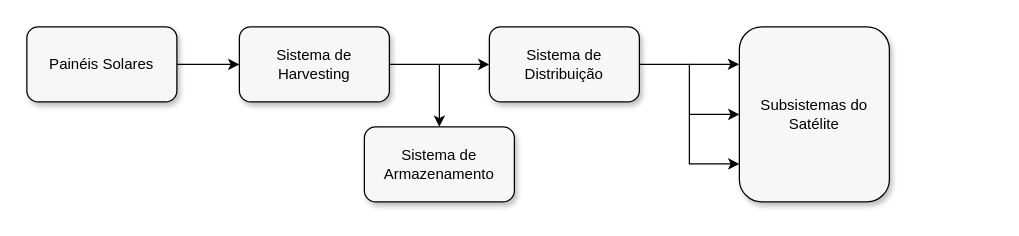
Above: images/basic-eps-block-diagram.drawio in ramonborba/TCC-Testes-EPS (draw.io), before the change. Source tidied: cells renumbered, new cells numbered last; positions are measured from the earlier drawing's top-left corner, leaving out a move shared by most shapes. Both pictures are drawn from the tidied source at 125%, with x=0, y=0 at pixel (26, 26).
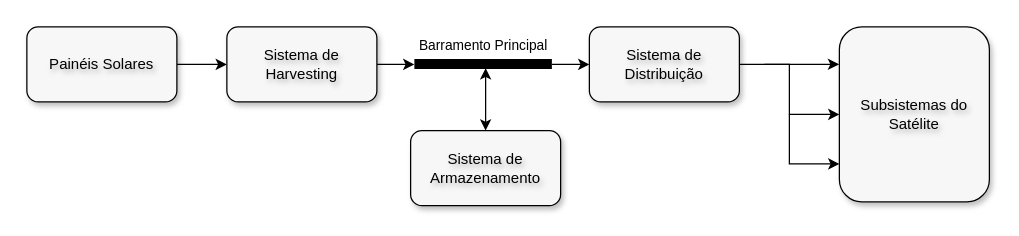
The same diagram, later.

Commit message (it also covers changes not shown here):
chapters: background: updated basic eps block diagram

The edit, as a diff of the source:
```diff
@@
-    <mxCell id="3" value="Painéis Solares" style="rounded=1;whiteSpace=wrap;html=1;shadow=1;gradientColor=none;glass=0;fillColor=#F7F7F7;" parent="1" vertex="1">
+    <mxCell id="3" value="Painéis Solares" style="rounded=1;whiteSpace=wrap;html=1;shadow=1;gradientColor=none;glass=0;fillColor=#F7F7F7;textShadow=1;" parent="1" vertex="1">
       <mxGeometry width="120" height="60" as="geometry" />
     </mxCell>
-    <mxCell id="4" style="edgeStyle=orthogonalEdgeStyle;rounded=0;jettySize=auto;html=1;" parent="1" edge="1" source="5" target="7">
-      <mxGeometry relative="1" as="geometry" />
-    </mxCell>
+    <mxCell id="13" style="edgeStyle=orthogonalEdgeStyle;rounded=0;jettySize=auto;html=1;exitX=1;exitY=0.5;exitDx=0;exitDy=0;" parent="1" edge="1" source="5">
+      <mxGeometry relative="1" as="geometry">
+        <mxPoint x="310" y="30" as="targetPoint" />
+      </mxGeometry>
+    </mxCell>
-    <mxCell id="5" value="Sistema de Harvesting" style="whiteSpace=wrap;html=1;rounded=1;shadow=1;gradientColor=none;glass=0;fillColor=#F7F7F7;" parent="1" vertex="1">
-      <mxGeometry x="170" width="120" height="60" as="geometry" />
+    <mxCell id="5" value="Sistema de Harvesting" style="whiteSpace=wrap;html=1;rounded=1;shadow=1;gradientColor=none;glass=0;fillColor=#F7F7F7;textShadow=1;" parent="1" vertex="1">
+      <mxGeometry x="160" width="120" height="60" as="geometry" />
     </mxCell>
-    <mxCell id="6" style="edgeStyle=orthogonalEdgeStyle;rounded=0;jettySize=auto;html=1;" parent="1" edge="1" source="7" target="12">
-      <mxGeometry relative="1" as="geometry" />
+    <mxCell id="6" style="edgeStyle=orthogonalEdgeStyle;rounded=0;jettySize=auto;html=1;" parent="1" edge="1" target="12">
+      <mxGeometry relative="1" as="geometry">
+        <mxPoint x="590" y="30" as="sourcePoint" />
+        <Array as="points">
+          <mxPoint x="610" y="30" />
+          <mxPoint x="610" y="70" />
+        </Array>
+      </mxGeometry>
     </mxCell>
+    <mxCell id="14" style="edgeStyle=orthogonalEdgeStyle;rounded=0;jettySize=auto;html=1;exitX=0;exitY=0.5;exitDx=0;exitDy=0;startArrow=classic;startFill=1;endArrow=none;endFill=0;" parent="1" edge="1" source="7">
+      <mxGeometry relative="1" as="geometry">
+        <mxPoint x="420" y="30" as="targetPoint" />
+      </mxGeometry>
+    </mxCell>
-    <mxCell id="7" value="Sistema de Distribuição" style="whiteSpace=wrap;html=1;rounded=1;shadow=1;gradientColor=none;glass=0;fillColor=#F7F7F7;" parent="1" vertex="1">
-      <mxGeometry x="370" width="120" height="60" as="geometry" />
+    <mxCell id="7" value="Sistema de Distribuição" style="whiteSpace=wrap;html=1;rounded=1;shadow=1;gradientColor=none;glass=0;fillColor=#F7F7F7;textShadow=1;" parent="1" vertex="1">
+      <mxGeometry x="450" width="120" height="60" as="geometry" />
     </mxCell>
-    <mxCell id="8" style="edgeStyle=orthogonalEdgeStyle;rounded=0;jettySize=auto;html=1;endArrow=none;endFill=0;startArrow=classic;startFill=1;" parent="1" edge="1" source="9">
+    <mxCell id="8" style="edgeStyle=orthogonalEdgeStyle;rounded=0;jettySize=auto;html=1;endArrow=classic;endFill=1;startArrow=classic;startFill=1;" parent="1" edge="1" source="9">
       <mxGeometry relative="1" as="geometry">
-        <mxPoint x="330" y="30" as="targetPoint" />
+        <mxPoint x="367" y="33" as="targetPoint" />
       </mxGeometry>
     </mxCell>
-    <mxCell id="9" value="Sistema de Armazenamento" style="rounded=1;whiteSpace=wrap;html=1;shadow=1;glass=0;gradientColor=none;fillColor=#F7F7F7;" parent="1" vertex="1">
-      <mxGeometry x="270" y="80" width="120" height="60" as="geometry" />
+    <mxCell id="9" value="Sistema de Armazenamento" style="rounded=1;whiteSpace=wrap;html=1;shadow=1;glass=0;gradientColor=none;fillColor=#F7F7F7;textShadow=1;" parent="1" vertex="1">
+      <mxGeometry x="307" y="83" width="120" height="60" as="geometry" />
     </mxCell>
     <mxCell id="10" style="edgeStyle=orthogonalEdgeStyle;rounded=0;jettySize=auto;html=1;exitX=-0.002;exitY=0.214;exitDx=0;exitDy=0;endArrow=none;endFill=0;startArrow=classic;startFill=1;exitPerimeter=0;" parent="1" edge="1" source="12">
       <mxGeometry relative="1" as="geometry">
-        <mxPoint x="530" y="30" as="targetPoint" />
+        <mxPoint x="570" y="30" as="targetPoint" />
       </mxGeometry>
     </mxCell>
     <mxCell id="11" style="edgeStyle=orthogonalEdgeStyle;rounded=0;orthogonalLoop=1;jettySize=auto;html=1;exitX=0;exitY=0.783;exitDx=0;exitDy=0;startArrow=classic;startFill=1;endArrow=none;endFill=0;exitPerimeter=0;" parent="1" edge="1">
       <mxGeometry relative="1" as="geometry">
-        <mxPoint x="570" y="109.6" as="sourcePoint" />
-        <mxPoint x="530" y="70" as="targetPoint" />
+        <mxPoint x="650" y="109.6" as="sourcePoint" />
+        <mxPoint x="610" y="70" as="targetPoint" />
         <Array as="points">
-          <mxPoint x="530" y="110" />
+          <mxPoint x="610" y="110" />
         </Array>
       </mxGeometry>
     </mxCell>
-    <mxCell id="12" value="Subsistemas do Satélite" style="whiteSpace=wrap;html=1;rounded=1;shadow=1;gradientColor=none;glass=0;fillColor=#F7F7F7;" parent="1" vertex="1">
-      <mxGeometry x="570" width="120" height="140" as="geometry" />
+    <mxCell id="12" value="Subsistemas do Satélite" style="whiteSpace=wrap;html=1;rounded=1;shadow=1;gradientColor=none;glass=0;fillColor=#F7F7F7;textShadow=1;" parent="1" vertex="1">
+      <mxGeometry x="650" width="120" height="140" as="geometry" />
     </mxCell>
+    <mxCell id="15" style="endArrow=none;html=1;rounded=0;strokeWidth=8;shadow=0;textShadow=0;" parent="1" edge="1">
+      <mxGeometry relative="1" as="geometry">
+        <mxPoint x="310" y="29.7" as="sourcePoint" />
+        <mxPoint x="420" y="29.7" as="targetPoint" />
+      </mxGeometry>
+    </mxCell>
+    <mxCell id="16" value="Barramento Principal" style="edgeLabel;html=1;align=center;verticalAlign=middle;" parent="15" vertex="1">
+      <mxGeometry x="0.3" y="1" relative="1" as="geometry">
+        <mxPoint x="-18" y="-14" as="offset" />
+      </mxGeometry>
+    </mxCell>
```
